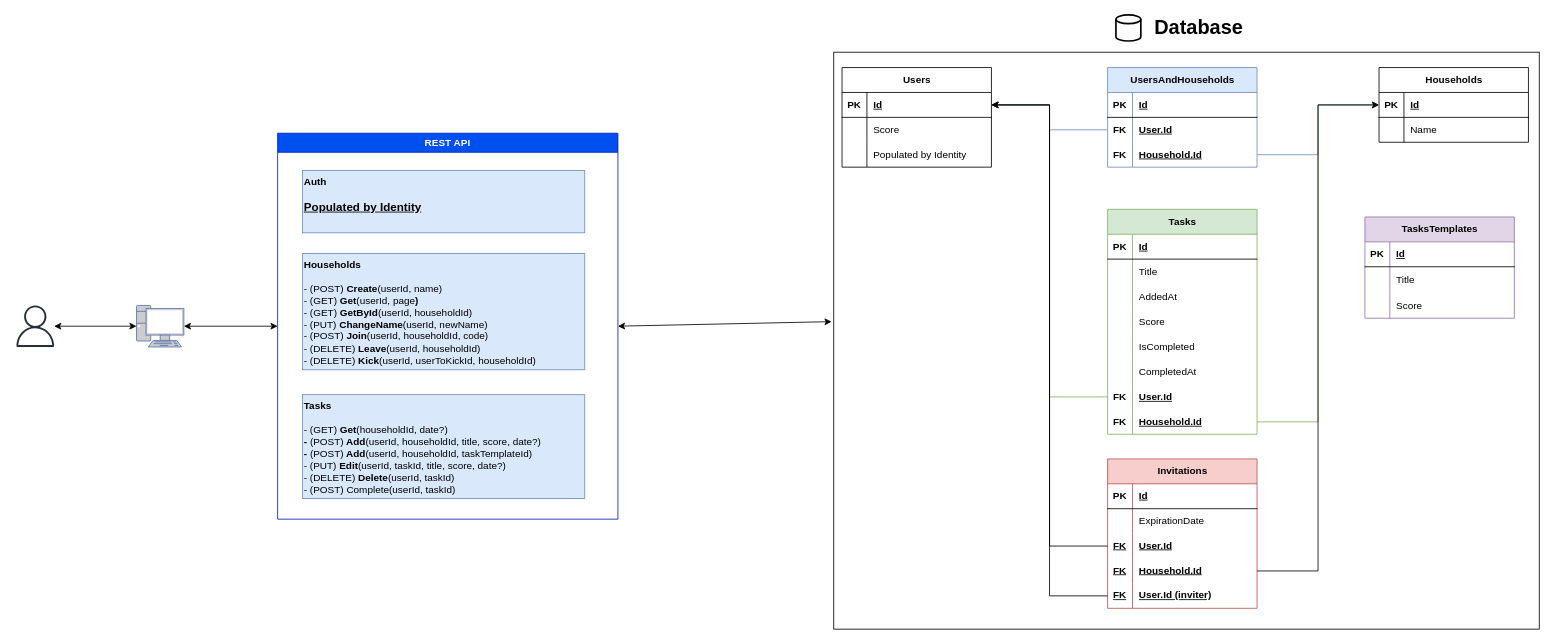
This is Fifty-Fifty.drawio from BBualdo/Fifty-Fifty, a draw.io file, before an edit. Source tidied: cells renumbered, new cells numbered last; positions are measured from the earlier drawing's top-left corner, leaving out a move shared by most shapes. Both pictures are drawn from the tidied source at 83%, with x=0, y=0 at pixel (14, 14).
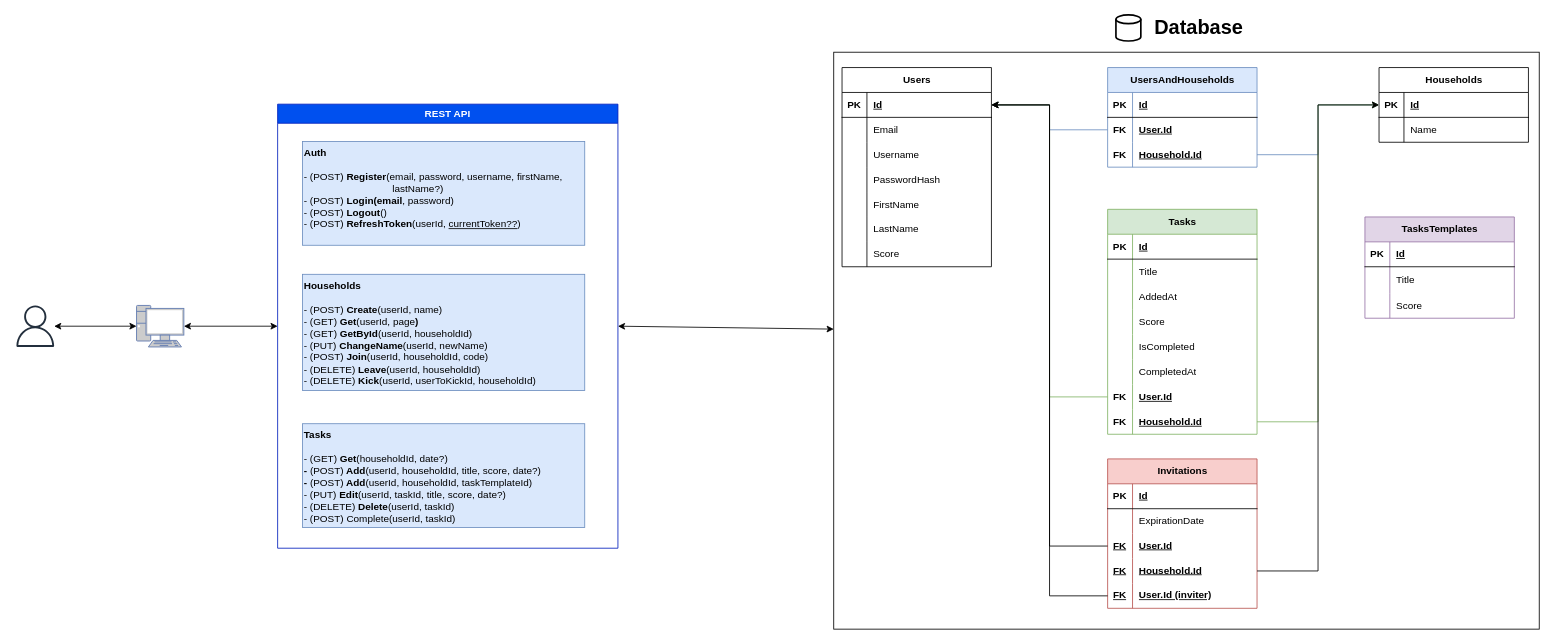
After the change.

Commit message:
Diagram - Reflecting Users table and Auth Controller

Unchanged cells that the change refers to:
```xml
<mxCell id="10" style="group;" parent="1" vertex="1">
  <mxGeometry x="987" y="10.5" width="850" height="730" as="geometry" />
</mxCell>
<mxCell id="11" style="rounded=0;whiteSpace=wrap;html=1;" parent="10" vertex="1">
  <mxGeometry y="34.9" width="850" height="695.1" as="geometry" />
</mxCell>
<mxCell id="16" style="shape=tableRow;horizontal=0;startSize=0;swimlaneHead=0;swimlaneBody=0;fillColor=none;top=0;left=0;right=0;bottom=0;" parent="12" vertex="1">
  <mxGeometry y="60" width="180" height="30" as="geometry" />
</mxCell>
<mxCell id="19" style="shape=tableRow;horizontal=0;startSize=0;swimlaneHead=0;swimlaneBody=0;fillColor=none;top=0;left=0;right=0;bottom=0;" parent="12" vertex="1">
  <mxGeometry y="90" width="180" height="30" as="geometry" />
</mxCell>
```

Change to the diagram source:
```diff
@@
     <mxCell id="4" value="REST API" style="swimlane;whiteSpace=wrap;html=1;fillColor=#0050ef;fontColor=#ffffff;strokeColor=#001DBC;" parent="1" vertex="1">
-      <mxGeometry x="317" y="143" width="410" height="465" as="geometry" />
+      <mxGeometry x="317" y="108" width="410" height="535" as="geometry" />
     </mxCell>
     <mxCell id="5" value="&lt;div style=&quot;&quot;&gt;&lt;b style=&quot;background-color: initial;&quot;&gt;Households&lt;/b&gt;&lt;/div&gt;&lt;div style=&quot;&quot;&gt;&lt;font style=&quot;font-size: 12px;&quot;&gt;&lt;b style=&quot;&quot;&gt;&lt;br&gt;&lt;/b&gt;&lt;/font&gt;&lt;/div&gt;&lt;div&gt;- (POST) &lt;b&gt;Create&lt;/b&gt;(userId, name)&lt;/div&gt;&lt;div&gt;- (GET) &lt;b&gt;Get&lt;/b&gt;(userId, page&lt;b&gt;)&lt;/b&gt;&lt;/div&gt;&lt;div&gt;- (GET) &lt;b&gt;GetById&lt;/b&gt;(userId, householdId)&lt;/div&gt;&lt;div&gt;- (PUT) &lt;b&gt;ChangeName&lt;/b&gt;(userId, newName)&lt;/div&gt;&lt;div&gt;- (POST) &lt;b&gt;Join&lt;/b&gt;(userId, householdId, code)&lt;/div&gt;&lt;div&gt;- (DELETE) &lt;b&gt;Leave&lt;/b&gt;(userId, householdId)&lt;/div&gt;&lt;div&gt;- (DELETE) &lt;b&gt;Kick&lt;/b&gt;(userId, userToKickId, householdId)&lt;/div&gt;" style="whiteSpace=wrap;html=1;align=left;verticalAlign=top;fillColor=#dae8fc;strokeColor=#6c8ebf;" parent="4" vertex="1">
-      <mxGeometry x="30" y="145" width="340" height="140" as="geometry" />
+      <mxGeometry x="30" y="205" width="340" height="140" as="geometry" />
     </mxCell>
-    <mxCell id="6" value="&lt;div style=&quot;&quot;&gt;&lt;b style=&quot;background-color: initial;&quot;&gt;Auth&lt;/b&gt;&lt;/div&gt;&lt;div style=&quot;&quot;&gt;&lt;font style=&quot;font-size: 12px;&quot;&gt;&lt;b style=&quot;&quot;&gt;&lt;br&gt;&lt;/b&gt;&lt;/font&gt;&lt;/div&gt;&lt;div&gt;&lt;b&gt;&lt;font style=&quot;font-size: 14px;&quot;&gt;&lt;u&gt;Populated by Identity&lt;/u&gt;&lt;/font&gt;&lt;/b&gt;&lt;/div&gt;" style="whiteSpace=wrap;html=1;align=left;verticalAlign=top;fillColor=#dae8fc;strokeColor=#6c8ebf;" parent="4" vertex="1">
-      <mxGeometry x="30" y="45" width="340" height="75" as="geometry" />
+    <mxCell id="6" value="&lt;div style=&quot;&quot;&gt;&lt;b style=&quot;background-color: initial;&quot;&gt;Auth&lt;/b&gt;&lt;/div&gt;&lt;div style=&quot;&quot;&gt;&lt;font style=&quot;font-size: 12px;&quot;&gt;&lt;b style=&quot;&quot;&gt;&lt;br&gt;&lt;/b&gt;&lt;/font&gt;&lt;/div&gt;&lt;div&gt;- (POST)&amp;nbsp;&lt;b&gt;Register&lt;/b&gt;(email, password, username, firstName, &lt;span style=&quot;white-space: pre;&quot;&gt;&#9;&lt;/span&gt;&lt;span style=&quot;white-space: pre;&quot;&gt;&#9;&lt;/span&gt;&lt;span style=&quot;white-space: pre;&quot;&gt;&#9;&lt;/span&gt;&lt;span style=&quot;white-space: pre;&quot;&gt;&#9;&lt;/span&gt;lastName?)&lt;/div&gt;&lt;div&gt;- (POST)&amp;nbsp;&lt;b&gt;Login(email&lt;/b&gt;, password)&lt;/div&gt;&lt;div&gt;- (POST)&amp;nbsp;&lt;b&gt;Logout&lt;/b&gt;()&lt;/div&gt;&lt;div&gt;- (POST)&amp;nbsp;&lt;b&gt;RefreshToken&lt;/b&gt;(userId, &lt;u&gt;currentToken??&lt;/u&gt;)&lt;/div&gt;&lt;div&gt;&lt;br&gt;&lt;/div&gt;" style="whiteSpace=wrap;html=1;align=left;verticalAlign=top;fillColor=#dae8fc;strokeColor=#6c8ebf;" parent="4" vertex="1">
+      <mxGeometry x="30" y="45" width="340" height="125" as="geometry" />
     </mxCell>
     <mxCell id="7" value="&lt;div style=&quot;&quot;&gt;&lt;b style=&quot;background-color: initial;&quot;&gt;Tasks&lt;/b&gt;&lt;/div&gt;&lt;div style=&quot;&quot;&gt;&lt;font style=&quot;font-size: 12px;&quot;&gt;&lt;b style=&quot;&quot;&gt;&lt;br&gt;&lt;/b&gt;&lt;/font&gt;&lt;/div&gt;&lt;div style=&quot;&quot;&gt;&lt;font style=&quot;font-size: 12px;&quot;&gt;- (GET) &lt;b&gt;Get&lt;/b&gt;(householdId, date?)&lt;/font&gt;&lt;/div&gt;&lt;div&gt;&lt;b&gt;- &lt;/b&gt;(POST)&lt;b&gt; Add&lt;/b&gt;(userId, householdId, title, score, date?)&lt;/div&gt;&lt;div&gt;&lt;b&gt;- &lt;/b&gt;(POST)&lt;b&gt; Add&lt;/b&gt;(userId, householdId, taskTemplateId)&lt;/div&gt;&lt;div&gt;- (PUT) &lt;b&gt;Edit&lt;/b&gt;(userId, taskId, title, score, date?)&lt;/div&gt;&lt;div&gt;- (DELETE) &lt;b&gt;Delete&lt;/b&gt;(userId, taskId)&lt;/div&gt;&lt;div&gt;- (POST) Complete(userId, taskId)&lt;/div&gt;" style="whiteSpace=wrap;html=1;align=left;verticalAlign=top;fillColor=#dae8fc;strokeColor=#6c8ebf;" parent="4" vertex="1">
-      <mxGeometry x="30" y="315" width="340" height="125" as="geometry" />
+      <mxGeometry x="30" y="385" width="340" height="125" as="geometry" />
     </mxCell>
@@
-    <mxCell id="9" style="endArrow=classic;startArrow=classic;html=1;rounded=0;exitX=1;exitY=0.5;exitDx=0;exitDy=0;entryX=-0.003;entryY=0.467;entryDx=0;entryDy=0;entryPerimeter=0;" parent="1" edge="1" source="4" target="11">
+    <mxCell id="9" style="endArrow=classic;startArrow=classic;html=1;rounded=0;exitX=1;exitY=0.5;exitDx=0;exitDy=0;entryX=0;entryY=0.48;entryDx=0;entryDy=0;entryPerimeter=0;" parent="1" edge="1" source="4" target="11">
       <mxGeometry relative="1" as="geometry" />
     </mxCell>
@@
     <mxCell id="12" value="Users" style="shape=table;startSize=30;childLayout=tableLayout;rowLines=0;fontStyle=1;align=center;html=1;" parent="10" vertex="1">
-      <mxGeometry x="10" y="53.4" width="180" height="120" as="geometry" />
+      <mxGeometry x="10" y="53.4" width="180" height="240" as="geometry" />
     </mxCell>
@@
-    <mxCell id="18" value="Score" style="shape=partialRectangle;fillColor=none;top=0;left=0;bottom=0;right=0;align=left;spacingLeft=6;overflow=hidden;whiteSpace=wrap;html=1;" parent="16" vertex="1">
+    <mxCell id="18" value="Email" style="shape=partialRectangle;fillColor=none;top=0;left=0;bottom=0;right=0;align=left;spacingLeft=6;overflow=hidden;whiteSpace=wrap;html=1;" parent="16" vertex="1">
       <mxGeometry x="30" width="150" height="30" as="geometry" />
     </mxCell>
@@
-    <mxCell id="21" value="Populated by Identity" style="shape=partialRectangle;fillColor=none;top=0;left=0;bottom=0;right=0;align=left;spacingLeft=6;overflow=hidden;whiteSpace=wrap;html=1;" parent="19" vertex="1">
+    <mxCell id="21" value="Username" style="shape=partialRectangle;fillColor=none;top=0;left=0;bottom=0;right=0;align=left;spacingLeft=6;overflow=hidden;whiteSpace=wrap;html=1;" parent="19" vertex="1">
       <mxGeometry x="30" width="150" height="30" as="geometry" />
     </mxCell>
+    <mxCell id="100" style="shape=tableRow;horizontal=0;startSize=0;swimlaneHead=0;swimlaneBody=0;fillColor=none;top=0;left=0;right=0;bottom=0;" parent="12" vertex="1">
+      <mxGeometry y="120" width="180" height="30" as="geometry" />
+    </mxCell>
+    <mxCell id="101" style="shape=partialRectangle;fillColor=none;top=0;left=0;bottom=0;right=0;overflow=hidden;whiteSpace=wrap;html=1;" parent="100" vertex="1">
+      <mxGeometry width="30" height="30" as="geometry" />
+    </mxCell>
+    <mxCell id="102" value="PasswordHash" style="shape=partialRectangle;fillColor=none;top=0;left=0;bottom=0;right=0;align=left;spacingLeft=6;overflow=hidden;whiteSpace=wrap;html=1;" parent="100" vertex="1">
+      <mxGeometry x="30" width="150" height="30" as="geometry" />
+    </mxCell>
+    <mxCell id="103" style="shape=tableRow;horizontal=0;startSize=0;swimlaneHead=0;swimlaneBody=0;fillColor=none;top=0;left=0;right=0;bottom=0;" parent="12" vertex="1">
+      <mxGeometry y="150" width="180" height="30" as="geometry" />
+    </mxCell>
+    <mxCell id="104" style="shape=partialRectangle;fillColor=none;top=0;left=0;bottom=0;right=0;overflow=hidden;whiteSpace=wrap;html=1;" parent="103" vertex="1">
+      <mxGeometry width="30" height="30" as="geometry" />
+    </mxCell>
+    <mxCell id="105" value="FirstName" style="shape=partialRectangle;fillColor=none;top=0;left=0;bottom=0;right=0;align=left;spacingLeft=6;overflow=hidden;whiteSpace=wrap;html=1;" parent="103" vertex="1">
+      <mxGeometry x="30" width="150" height="30" as="geometry" />
+    </mxCell>
+    <mxCell id="106" style="shape=tableRow;horizontal=0;startSize=0;swimlaneHead=0;swimlaneBody=0;fillColor=none;top=0;left=0;right=0;bottom=0;" parent="12" vertex="1">
+      <mxGeometry y="180" width="180" height="30" as="geometry" />
+    </mxCell>
+    <mxCell id="107" style="shape=partialRectangle;fillColor=none;top=0;left=0;bottom=0;right=0;overflow=hidden;whiteSpace=wrap;html=1;" parent="106" vertex="1">
+      <mxGeometry width="30" height="30" as="geometry" />
+    </mxCell>
+    <mxCell id="108" value="LastName" style="shape=partialRectangle;fillColor=none;top=0;left=0;bottom=0;right=0;align=left;spacingLeft=6;overflow=hidden;whiteSpace=wrap;html=1;" parent="106" vertex="1">
+      <mxGeometry x="30" width="150" height="30" as="geometry" />
+    </mxCell>
+    <mxCell id="109" style="shape=tableRow;horizontal=0;startSize=0;swimlaneHead=0;swimlaneBody=0;fillColor=none;top=0;left=0;right=0;bottom=0;" parent="12" vertex="1">
+      <mxGeometry y="210" width="180" height="30" as="geometry" />
+    </mxCell>
+    <mxCell id="110" style="shape=partialRectangle;fillColor=none;top=0;left=0;bottom=0;right=0;overflow=hidden;whiteSpace=wrap;html=1;" parent="109" vertex="1">
+      <mxGeometry width="30" height="30" as="geometry" />
+    </mxCell>
+    <mxCell id="111" value="Score" style="shape=partialRectangle;fillColor=none;top=0;left=0;bottom=0;right=0;align=left;spacingLeft=6;overflow=hidden;whiteSpace=wrap;html=1;" parent="109" vertex="1">
+      <mxGeometry x="30" width="150" height="30" as="geometry" />
+    </mxCell>
```
